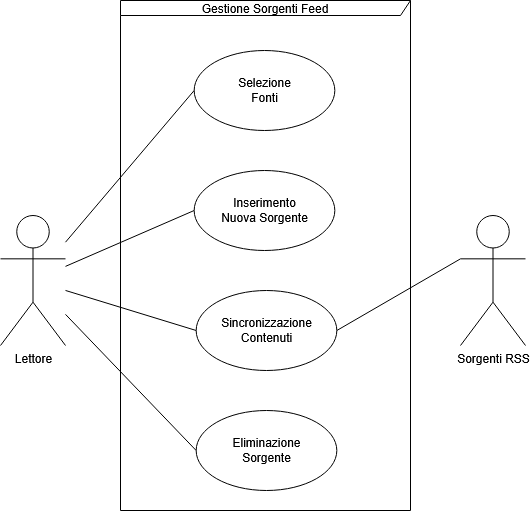
Earlier version of the draw.io export docs/diagrams_src/RAD_Diagrams/UCD_GSF.png (AndreaRainone/FARIS). Source tidied: cells renumbered, new cells last; positions are measured from the earlier drawing's top-left corner, leaving out a move shared by most shapes.
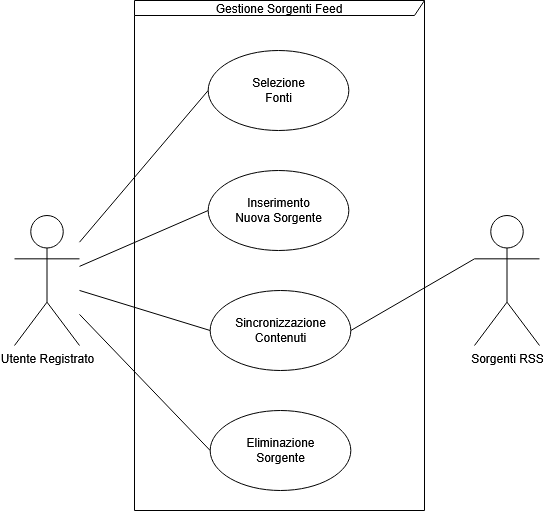
Above is the later version.

Diff of the diagram source:
```diff
@@ -17,7 +17,7 @@
     <mxCell id="6" style="rounded=0;jettySize=auto;html=1;entryX=0;entryY=0.5;entryDx=0;entryDy=0;defaultLabelBackgroundColor=page;endArrow=none;endFill=0;" parent="1" edge="1" source="7" target="9">
       <mxGeometry relative="1" as="geometry" />
     </mxCell>
-    <mxCell id="7" value="Lettore" style="shape=umlActor;verticalLabelPosition=bottom;verticalAlign=top;html=1;labelPerimeter=1;" parent="1" vertex="1">
+    <mxCell id="7" value="Utente Registrato" style="shape=umlActor;verticalLabelPosition=bottom;verticalAlign=top;html=1;labelPerimeter=1;" parent="1" vertex="1">
       <mxGeometry y="215" width="65" height="130" as="geometry" />
     </mxCell>
     <mxCell id="8" value="Sorgenti RSS" style="shape=umlActor;verticalLabelPosition=bottom;verticalAlign=top;html=1;labelPerimeter=1;" parent="1" vertex="1">
```
